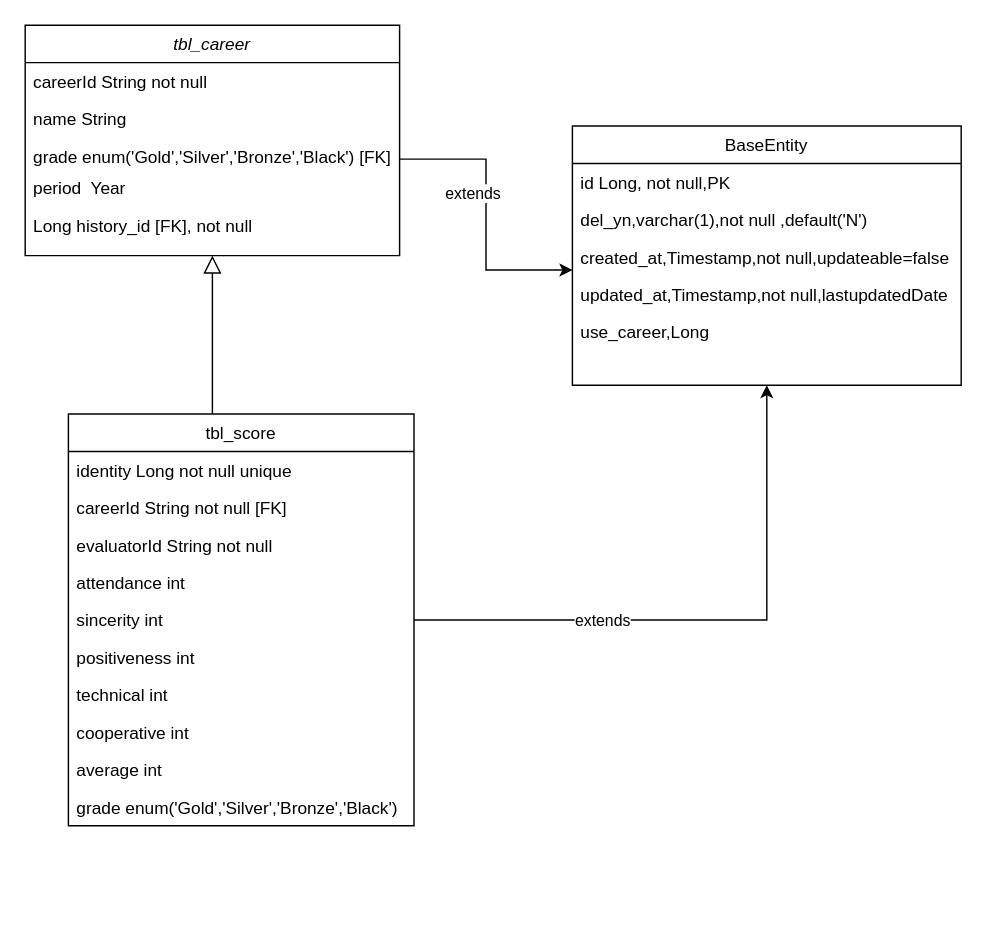
Earlier version of the draw.io diagram Untitled Diagram.drawio (sienna011022/popool_new). Source tidied: cells renumbered, new cells numbered last; positions are measured from the earlier drawing's top-left corner, leaving out a move shared by most shapes. Both pictures are drawn from the tidied source at 144%, with x=0, y=0 at pixel (24, 24).
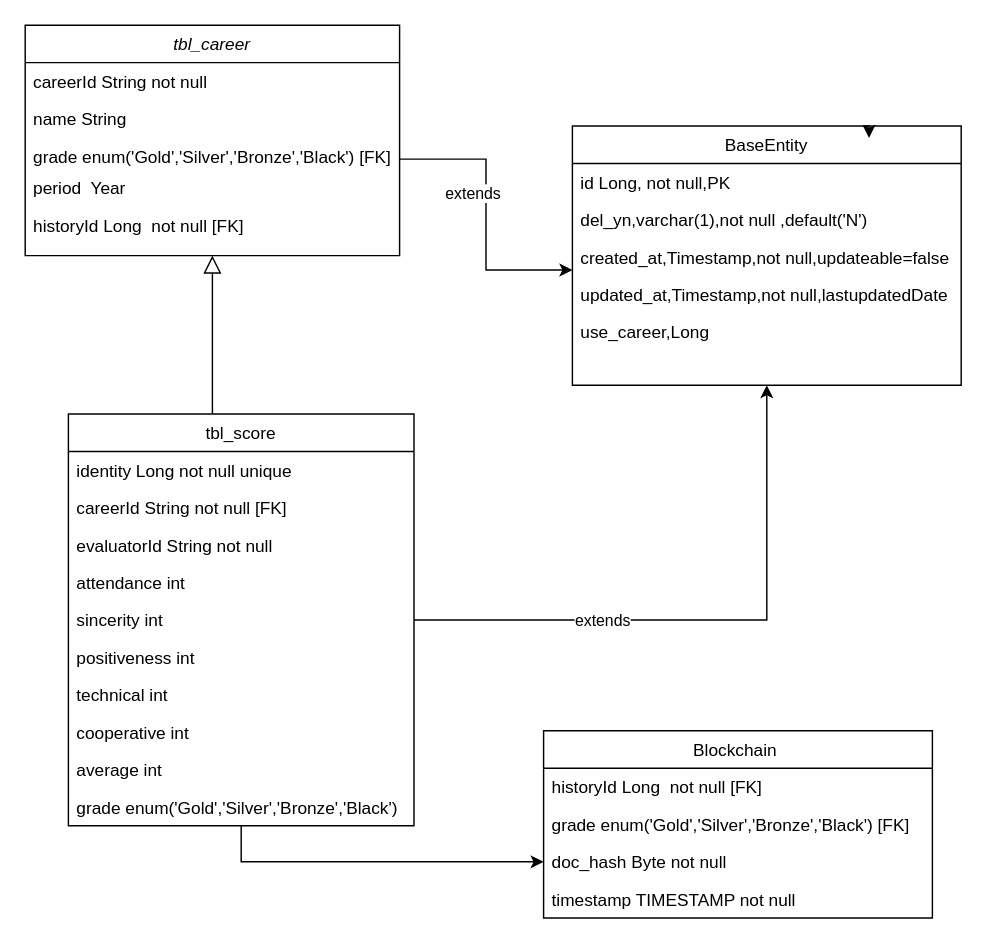
The same diagram, later.

Unchanged cells that the change refers to:
```xml
<mxCell id="4" value="tbl_career" style="swimlane;fontStyle=2;align=center;verticalAlign=top;horizontal=1;startSize=26;rounded=0;shadow=0;strokeWidth=1;" parent="1" vertex="1">
  <mxGeometry width="260" height="160" as="geometry" />
</mxCell>
<mxCell id="12" value="tbl_score" style="swimlane;fontStyle=0;align=center;verticalAlign=top;horizontal=1;startSize=26;rounded=0;shadow=0;strokeWidth=1;" parent="1" vertex="1">
  <mxGeometry x="30" y="270" width="240" height="286" as="geometry" />
</mxCell>
<mxCell id="24" value="BaseEntity" style="swimlane;fontStyle=0;align=center;verticalAlign=top;horizontal=1;startSize=26;rounded=0;shadow=0;strokeWidth=1;" parent="1" vertex="1">
  <mxGeometry x="380" y="70" width="270" height="180" as="geometry" />
</mxCell>
```

Diff of the diagram source:
```diff
@@
-    <mxCell id="9" value="Long history_id [FK], not null" style="text;align=left;verticalAlign=top;spacingLeft=4;spacingRight=4;overflow=hidden;rounded=0;shadow=0;html=0;" parent="4" vertex="1">
+    <mxCell id="9" value="historyId Long  not null [FK]" style="text;align=left;verticalAlign=top;spacingLeft=4;spacingRight=4;overflow=hidden;rounded=0;shadow=0;html=0;" parent="4" vertex="1">
       <mxGeometry y="126" width="260" height="26" as="geometry" />
     </mxCell>
@@
+    <mxCell id="30" style="edgeStyle=orthogonalEdgeStyle;rounded=0;jettySize=auto;html=1;" parent="1" edge="1" source="12" target="35">
+      <mxGeometry relative="1" as="geometry" />
+    </mxCell>
@@
+    <mxCell id="31" style="edgeStyle=orthogonalEdgeStyle;rounded=0;orthogonalLoop=1;jettySize=auto;html=1;exitX=0.75;exitY=0;exitDx=0;exitDy=0;entryX=0.763;entryY=0.046;entryDx=0;entryDy=0;entryPerimeter=0;" parent="1" edge="1" source="24" target="24">
+      <mxGeometry relative="1" as="geometry" />
+    </mxCell>
+    <mxCell id="32" value="Blockchain " style="swimlane;fontStyle=0;align=center;verticalAlign=top;horizontal=1;startSize=26;rounded=0;shadow=0;strokeWidth=1;" parent="1" vertex="1">
+      <mxGeometry x="360" y="490" width="270" height="130" as="geometry" />
+    </mxCell>
+    <mxCell id="33" value="historyId Long  not null [FK]" style="text;align=left;verticalAlign=top;spacingLeft=4;spacingRight=4;overflow=hidden;" parent="32" vertex="1">
+      <mxGeometry y="26" width="270" height="26" as="geometry" />
+    </mxCell>
+    <mxCell id="34" value="grade enum('Gold','Silver','Bronze','Black') [FK]" style="text;align=left;verticalAlign=top;spacingLeft=4;spacingRight=4;overflow=hidden;" parent="32" vertex="1">
+      <mxGeometry y="52" width="270" height="26" as="geometry" />
+    </mxCell>
+    <mxCell id="35" value="doc_hash Byte not null" style="text;align=left;verticalAlign=top;spacingLeft=4;spacingRight=4;overflow=hidden;points=[[0,0.5],[1,0.5]];portConstraint=eastwest;" parent="32" vertex="1">
+      <mxGeometry y="78" width="270" height="26" as="geometry" />
+    </mxCell>
+    <mxCell id="36" value="timestamp TIMESTAMP not null" style="text;align=left;verticalAlign=top;spacingLeft=4;spacingRight=4;overflow=hidden;" parent="32" vertex="1">
+      <mxGeometry y="104" width="270" height="26" as="geometry" />
+    </mxCell>
```
